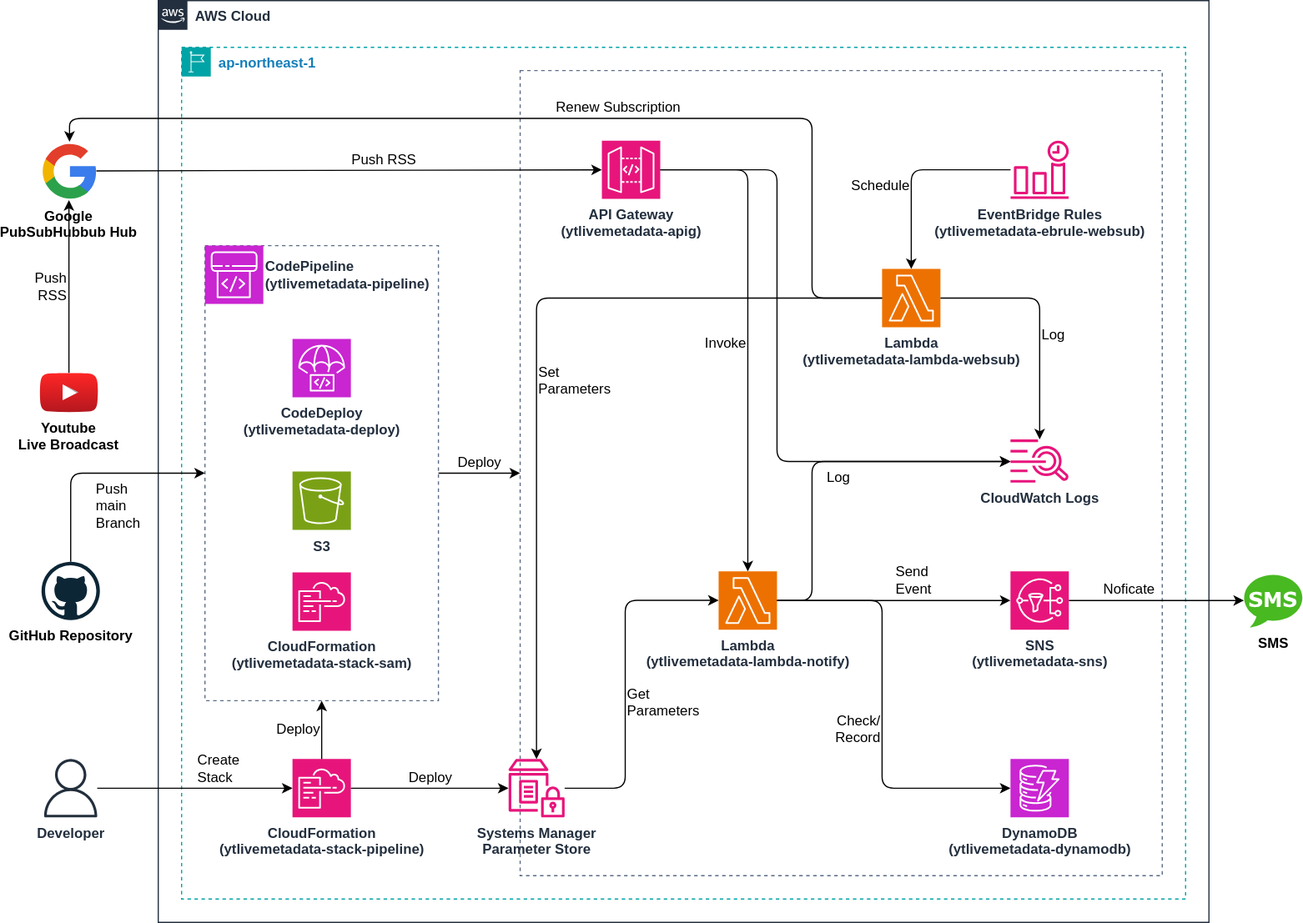
The draw.io diagram architecture.drawio.svg in infhyroyage/YTLiveMetaData, before a commit. Source tidied: cells renumbered, new cells last; positions are measured from the earlier drawing's top-left corner, leaving out a move shared by most shapes.
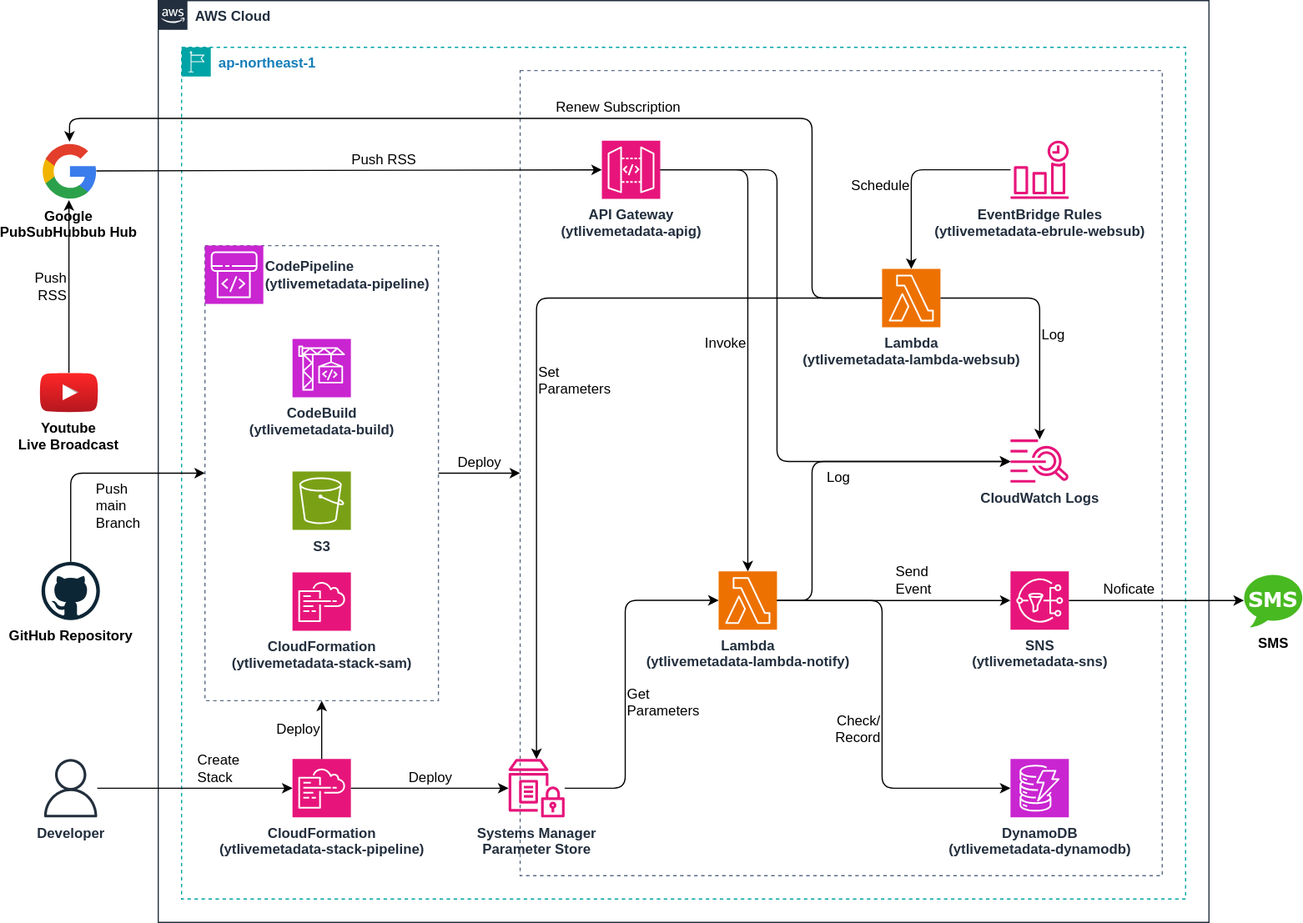
After the change.

Commit message:
Fix AWS architecture figure

The edit, as a diff of the source:
```diff
@@ -64,9 +64,6 @@
     <mxCell id="17" value="S3" style="sketch=0;fontColor=#232F3E;fillColor=#7AA116;strokeColor=#ffffff;dashed=0;verticalLabelPosition=bottom;verticalAlign=top;align=center;html=1;fontSize=12;fontStyle=1;shape=mxgraph.aws4.resourceIcon;resIcon=mxgraph.aws4.s3;" parent="3" vertex="1">
       <mxGeometry x="95" y="363.6" width="50" height="50" as="geometry" />
     </mxCell>
-    <mxCell id="18" value="CodeDeploy&lt;div&gt;(ytlivemetadata-deploy)&lt;/div&gt;" style="sketch=0;fontColor=#232F3E;fillColor=#C925D1;strokeColor=#ffffff;dashed=0;verticalLabelPosition=bottom;verticalAlign=top;align=center;html=1;fontSize=12;fontStyle=1;shape=mxgraph.aws4.resourceIcon;resIcon=mxgraph.aws4.codedeploy;" parent="3" vertex="1">
-      <mxGeometry x="95" y="250" width="50" height="50" as="geometry" />
-    </mxCell>
     <mxCell id="19" value="CodePipeline&lt;div&gt;(ytlivemetadata-pipeline)&lt;/div&gt;" style="sketch=0;fontColor=#232F3E;fillColor=#C925D1;strokeColor=#ffffff;dashed=0;verticalLabelPosition=middle;verticalAlign=middle;align=left;html=1;fontSize=12;fontStyle=1;shape=mxgraph.aws4.resourceIcon;resIcon=mxgraph.aws4.codepipeline;labelPosition=right;" parent="3" vertex="1">
       <mxGeometry x="20" y="170" width="50" height="50" as="geometry" />
     </mxCell>
@@ -125,6 +122,9 @@
         </Array>
       </mxGeometry>
     </mxCell>
+    <mxCell id="42" value="CodeBuild&lt;div&gt;(ytlivemetadata-build)&lt;/div&gt;" style="sketch=0;fontColor=#232F3E;fillColor=#C925D1;strokeColor=#ffffff;dashed=0;verticalLabelPosition=bottom;verticalAlign=top;align=center;html=1;fontSize=12;fontStyle=1;shape=mxgraph.aws4.resourceIcon;resIcon=mxgraph.aws4.codebuild;" parent="3" vertex="1">
+      <mxGeometry x="95" y="250" width="50" height="50" as="geometry" />
+    </mxCell>
     <mxCell id="31" value="&lt;div&gt;GitHub Repository&lt;/div&gt;" style="dashed=0;outlineConnect=0;html=1;align=center;labelPosition=center;verticalLabelPosition=bottom;verticalAlign=top;shape=mxgraph.weblogos.github;fontColor=#000000;fontStyle=1;" parent="1" vertex="1">
       <mxGeometry x="2" y="481" width="50" height="50" as="geometry" />
     </mxCell>
```
